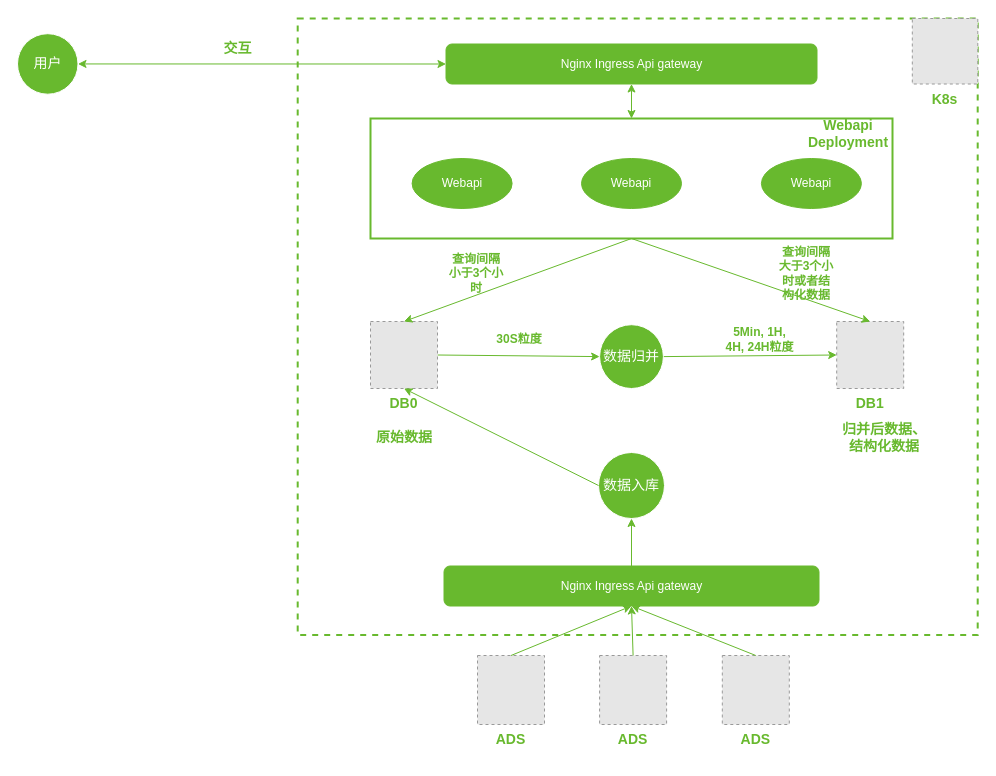
Before: arch.drawio in caihuayu0322/drawio-github, a draw.io diagram. Source tidied: cells renumbered, new cells numbered last; positions are measured from the earlier drawing's top-left corner, leaving out a move shared by most shapes. Both pictures are drawn from the tidied source at 100%, with x=0, y=0 at pixel (17, 18). Pictures stored in the file or linked from it are replaced by grey dashed boxes.
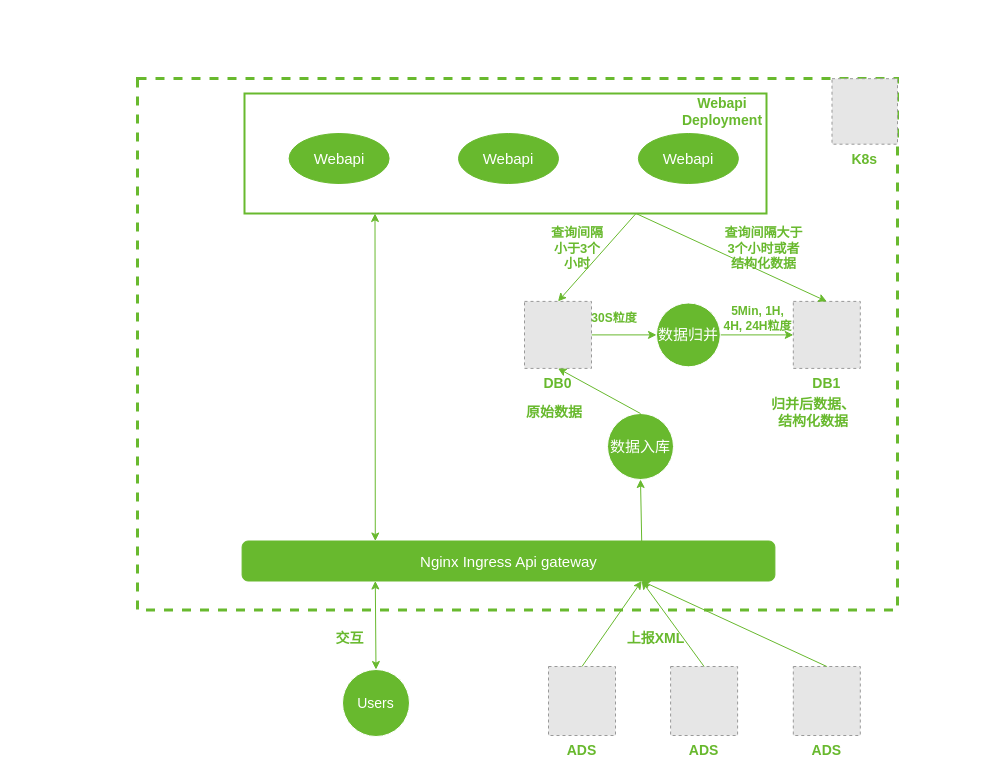
The same page after the edit.

Change to the diagram source:
```diff
@@
-    <mxCell id="2" style="rounded=0;whiteSpace=wrap;html=1;labelBackgroundColor=none;fontColor=#FFFFFF;strokeColor=#68B92E;fillColor=none;dashed=1;strokeWidth=2;" parent="1" vertex="1">
-      <mxGeometry x="280.2" width="680" height="616.5" as="geometry" />
+    <mxCell id="2" style="rounded=0;whiteSpace=wrap;html=1;labelBackgroundColor=none;fontColor=#FFFFFF;strokeColor=#68B92E;fillColor=none;dashed=1;strokeWidth=3;" parent="1" vertex="1">
+      <mxGeometry x="120" y="60" width="760" height="531.5" as="geometry" />
     </mxCell>
     <mxCell id="3" style="rounded=0;whiteSpace=wrap;html=1;labelBackgroundColor=none;fontColor=#FFFFFF;strokeColor=#68B92E;fillColor=none;strokeWidth=2;" parent="1" vertex="1">
-      <mxGeometry x="353" y="100" width="522" height="120" as="geometry" />
+      <mxGeometry x="227" y="75" width="522" height="120" as="geometry" />
     </mxCell>
-    <mxCell id="4" value="Webapi" style="ellipse;whiteSpace=wrap;html=1;fillColor=#68B92E;strokeColor=#68B92E;fontColor=#FFFFFF;" parent="1" vertex="1">
-      <mxGeometry x="394.6" y="140" width="100" height="50" as="geometry" />
+    <mxCell id="4" value="&lt;font style=&quot;font-size: 15px;&quot;&gt;Webapi&lt;/font&gt;" style="ellipse;whiteSpace=wrap;html=1;fillColor=#68B92E;strokeColor=#68B92E;fontColor=#FFFFFF;" parent="1" vertex="1">
+      <mxGeometry x="271.6" y="115" width="100" height="50" as="geometry" />
     </mxCell>
-    <mxCell id="5" style="endArrow=classic;html=1;rounded=0;exitX=0.5;exitY=0;exitDx=0;exitDy=0;entryX=0.5;entryY=1;entryDx=0;entryDy=0;entryPerimeter=0;startArrow=none;" parent="1" edge="1" source="16">
-      <mxGeometry relative="1" as="geometry">
-        <mxPoint x="386.5" y="324" as="targetPoint" />
-      </mxGeometry>
-    </mxCell>
@@
     <mxCell id="8" value="ADS" style="fillColor=#E6E6E6;strokeColor=#999999;dashed=1;verticalLabelPosition=bottom;labelBackgroundColor=default;verticalAlign=top;fontColor=#68B92E;fontStyle=1;fontSize=14;" parent="1" vertex="1">
-      <mxGeometry x="460" y="637" width="67" height="69" as="geometry" />
+      <mxGeometry x="531" y="648" width="67" height="69" as="geometry" />
     </mxCell>
     <mxCell id="9" value="ADS" style="fillColor=#E6E6E6;strokeColor=#999999;dashed=1;verticalLabelPosition=bottom;labelBackgroundColor=default;verticalAlign=top;fontColor=#68B92E;fontStyle=1;fontSize=14;" parent="1" vertex="1">
-      <mxGeometry x="582.1" y="637" width="67" height="69" as="geometry" />
+      <mxGeometry x="653.1" y="648" width="67" height="69" as="geometry" />
     </mxCell>
     <mxCell id="10" value="ADS" style="fillColor=#E6E6E6;strokeColor=#999999;dashed=1;verticalLabelPosition=bottom;labelBackgroundColor=default;verticalAlign=top;fontColor=#68B92E;fontStyle=1;fontSize=14;" parent="1" vertex="1">
-      <mxGeometry x="704.8" y="637" width="67" height="69" as="geometry" />
+      <mxGeometry x="775.8" y="648" width="67" height="69" as="geometry" />
     </mxCell>
-    <mxCell id="11" value="&lt;font&gt;数据入库&lt;/font&gt;" style="ellipse;whiteSpace=wrap;html=1;shadow=0;dashed=0;labelBackgroundColor=none;sketch=0;fontFamily=Helvetica;fontSize=14;fontColor=#FFFFFF;strokeColor=#FFFFFF;fillColor=#68B92E;gradientColor=none;" parent="1" vertex="1">
-      <mxGeometry x="581" y="434" width="66" height="66" as="geometry" />
+    <mxCell id="11" value="&lt;font style=&quot;font-size: 15px;&quot;&gt;数据入库&lt;/font&gt;" style="ellipse;whiteSpace=wrap;html=1;shadow=0;dashed=0;labelBackgroundColor=none;sketch=0;fontFamily=Helvetica;fontSize=14;fontColor=#FFFFFF;strokeColor=#FFFFFF;fillColor=#68B92E;gradientColor=none;" parent="1" vertex="1">
+      <mxGeometry x="590" y="395" width="66" height="66" as="geometry" />
     </mxCell>
-    <mxCell id="12" style="endArrow=classic;html=1;rounded=0;exitX=0.5;exitY=0;exitDx=0;exitDy=0;entryX=0.5;entryY=1;entryDx=0;entryDy=0;strokeColor=#68B92E;" parent="1" edge="1" source="8" target="21">
+    <mxCell id="12" style="endArrow=classic;html=1;rounded=0;exitX=0.5;exitY=0;exitDx=0;exitDy=0;entryX=0.75;entryY=1;entryDx=0;entryDy=0;strokeColor=#68B92E;" parent="1" edge="1" source="8" target="21">
       <mxGeometry relative="1" as="geometry" />
     </mxCell>
-    <mxCell id="13" style="endArrow=classic;html=1;rounded=0;exitX=0.5;exitY=0;exitDx=0;exitDy=0;entryX=0.5;entryY=1;entryDx=0;entryDy=0;strokeColor=#68B92E;" parent="1" edge="1" source="9" target="21">
+    <mxCell id="13" style="endArrow=classic;html=1;rounded=0;exitX=0.5;exitY=0;exitDx=0;exitDy=0;strokeColor=#68B92E;entryX=0.75;entryY=1;entryDx=0;entryDy=0;" parent="1" edge="1" source="9" target="21">
       <mxGeometry relative="1" as="geometry" />
     </mxCell>
-    <mxCell id="14" style="endArrow=classic;html=1;rounded=0;exitX=0.5;exitY=0;exitDx=0;exitDy=0;entryX=0.5;entryY=1;entryDx=0;entryDy=0;strokeColor=#68B92E;" parent="1" edge="1" source="10" target="21">
+    <mxCell id="14" style="endArrow=classic;html=1;rounded=0;exitX=0.5;exitY=0;exitDx=0;exitDy=0;entryX=0.75;entryY=1;entryDx=0;entryDy=0;strokeColor=#68B92E;" parent="1" edge="1" source="10" target="21">
       <mxGeometry relative="1" as="geometry" />
     </mxCell>
-    <mxCell id="15" value="&lt;font&gt;数据归并&lt;/font&gt;" style="ellipse;whiteSpace=wrap;html=1;shadow=0;dashed=0;labelBackgroundColor=none;sketch=0;fontFamily=Helvetica;fontSize=14;fontColor=#FFFFFF;strokeColor=#FFFFFF;fillColor=#68B92E;gradientColor=none;" parent="1" vertex="1">
-      <mxGeometry x="582.1" y="306.2" width="63.8" height="63.8" as="geometry" />
+    <mxCell id="15" value="&lt;font style=&quot;font-size: 15px;&quot;&gt;数据归并&lt;/font&gt;" style="ellipse;whiteSpace=wrap;html=1;shadow=0;dashed=0;labelBackgroundColor=none;sketch=0;fontFamily=Helvetica;fontSize=14;fontColor=#FFFFFF;strokeColor=#FFFFFF;fillColor=#68B92E;gradientColor=none;" parent="1" vertex="1">
+      <mxGeometry x="639" y="284.5" width="63.8" height="63.8" as="geometry" />
     </mxCell>
     <mxCell id="16" value="DB0" style="fillColor=#E6E6E6;strokeColor=#999999;dashed=1;verticalLabelPosition=bottom;labelBackgroundColor=default;verticalAlign=top;fontColor=#68B92E;fontSize=14;fontStyle=1;" parent="1" vertex="1">
-      <mxGeometry x="353" y="303" width="67" height="67" as="geometry" />
+      <mxGeometry x="507" y="282.9" width="67" height="67" as="geometry" />
     </mxCell>
     <mxCell id="17" value="DB1" style="fillColor=#E6E6E6;strokeColor=#999999;dashed=1;verticalLabelPosition=bottom;labelBackgroundColor=default;verticalAlign=top;fontColor=#68B92E;fontSize=14;fontStyle=1;" parent="1" vertex="1">
-      <mxGeometry x="819.2" y="303" width="67" height="67" as="geometry" />
+      <mxGeometry x="775.8" y="282.9" width="67" height="67" as="geometry" />
     </mxCell>
-    <mxCell id="18" value="&lt;font color=&quot;#ffffff&quot;&gt;Webapi&lt;/font&gt;" style="ellipse;whiteSpace=wrap;html=1;fillColor=#68B92E;strokeColor=#68B92E;" parent="1" vertex="1">
-      <mxGeometry x="564" y="140" width="100" height="50" as="geometry" />
+    <mxCell id="18" value="&lt;font style=&quot;font-size: 15px;&quot; color=&quot;#ffffff&quot;&gt;Webapi&lt;/font&gt;" style="ellipse;whiteSpace=wrap;html=1;fillColor=#68B92E;strokeColor=#68B92E;" parent="1" vertex="1">
+      <mxGeometry x="441" y="115" width="100" height="50" as="geometry" />
     </mxCell>
-    <mxCell id="19" value="&lt;font color=&quot;#ffffff&quot;&gt;Webapi&lt;/font&gt;" style="ellipse;whiteSpace=wrap;html=1;fillColor=#68B92E;strokeColor=#68B92E;" parent="1" vertex="1">
-      <mxGeometry x="743.9" y="140" width="100" height="50" as="geometry" />
+    <mxCell id="19" value="&lt;font style=&quot;font-size: 15px;&quot; color=&quot;#ffffff&quot;&gt;Webapi&lt;/font&gt;" style="ellipse;whiteSpace=wrap;html=1;fillColor=#68B92E;strokeColor=#68B92E;" parent="1" vertex="1">
+      <mxGeometry x="620.9" y="115" width="100" height="50" as="geometry" />
     </mxCell>
-    <mxCell id="20" style="endArrow=classic;html=1;rounded=0;fontColor=#FFFFFF;exitX=0;exitY=0.5;exitDx=0;exitDy=0;entryX=0.5;entryY=1;entryDx=0;entryDy=0;strokeColor=#68B92E;" parent="1" edge="1" source="11" target="16">
+    <mxCell id="20" style="endArrow=classic;html=1;rounded=0;fontColor=#FFFFFF;exitX=0.5;exitY=0;exitDx=0;exitDy=0;entryX=0.5;entryY=1;entryDx=0;entryDy=0;strokeColor=#68B92E;" parent="1" edge="1" source="11" target="16">
       <mxGeometry relative="1" as="geometry" />
     </mxCell>
-    <mxCell id="21" value="Nginx Ingress Api gateway" style="rounded=1;whiteSpace=wrap;html=1;fontColor=#FFFFFF;strokeColor=#68B92E;fillColor=#68B92E;imageAlign=left;flipH=1;flipV=0;" parent="1" vertex="1">
-      <mxGeometry x="426.5" y="547.5" width="375" height="40" as="geometry" />
+    <mxCell id="21" value="&lt;font style=&quot;font-size: 15px;&quot;&gt;Nginx Ingress Api gateway&lt;/font&gt;" style="rounded=1;whiteSpace=wrap;html=1;fontColor=#FFFFFF;strokeColor=#68B92E;fillColor=#68B92E;imageAlign=left;flipH=1;flipV=0;" parent="1" vertex="1">
+      <mxGeometry x="224.6" y="522.5" width="532.8" height="40" as="geometry" />
     </mxCell>
-    <mxCell id="22" style="endArrow=classic;html=1;rounded=0;fontColor=#FFFFFF;exitX=0.5;exitY=0;exitDx=0;exitDy=0;entryX=0.5;entryY=1;entryDx=0;entryDy=0;strokeColor=#68B92E;" parent="1" edge="1" source="21" target="11">
+    <mxCell id="22" style="endArrow=classic;html=1;rounded=0;fontColor=#FFFFFF;exitX=0.75;exitY=0;exitDx=0;exitDy=0;entryX=0.5;entryY=1;entryDx=0;entryDy=0;strokeColor=#68B92E;" parent="1" edge="1" source="21" target="11">
       <mxGeometry relative="1" as="geometry" />
     </mxCell>
-    <mxCell id="23" style="endArrow=classic;html=1;rounded=0;fontColor=#FFFFFF;exitX=0.5;exitY=1;exitDx=0;exitDy=0;entryX=0.5;entryY=0;entryDx=0;entryDy=0;strokeColor=#68B92E;" parent="1" edge="1" source="3" target="16">
+    <mxCell id="23" style="endArrow=classic;html=1;rounded=0;fontColor=#FFFFFF;exitX=0.75;exitY=1;exitDx=0;exitDy=0;entryX=0.5;entryY=0;entryDx=0;entryDy=0;strokeColor=#68B92E;" parent="1" edge="1" source="3" target="16">
       <mxGeometry relative="1" as="geometry" />
     </mxCell>
-    <mxCell id="24" style="endArrow=classic;html=1;rounded=0;fontColor=#FFFFFF;exitX=0.5;exitY=1;exitDx=0;exitDy=0;entryX=0.5;entryY=0;entryDx=0;entryDy=0;strokeColor=#68B92E;" parent="1" edge="1" source="3" target="17">
+    <mxCell id="24" style="endArrow=classic;html=1;rounded=0;fontColor=#FFFFFF;exitX=0.75;exitY=1;exitDx=0;exitDy=0;entryX=0.5;entryY=0;entryDx=0;entryDy=0;strokeColor=#68B92E;" parent="1" edge="1" source="3" target="17">
       <mxGeometry relative="1" as="geometry" />
     </mxCell>
     <mxCell id="25" value="K8s" style="fillColor=#E6E6E6;strokeColor=#999999;dashed=1;verticalLabelPosition=bottom;labelBackgroundColor=default;verticalAlign=top;fontColor=#68B92E;fontStyle=1;fontSize=14;" parent="1" vertex="1">
-      <mxGeometry x="894.8" width="65.5" height="65.5" as="geometry" />
+      <mxGeometry x="814.5" y="60.2" width="65.5" height="65.5" as="geometry" />
     </mxCell>
-    <mxCell id="26" value="Nginx Ingress Api gateway" style="rounded=1;whiteSpace=wrap;html=1;fontColor=#FFFFFF;strokeColor=#68B92E;fillColor=#68B92E;imageAlign=left;flipH=1;flipV=0;" parent="1" vertex="1">
-      <mxGeometry x="428.5" y="25.5" width="371" height="40" as="geometry" />
-    </mxCell>
-    <mxCell id="27" value="&lt;font&gt;用户&lt;/font&gt;" style="ellipse;whiteSpace=wrap;html=1;shadow=0;dashed=0;labelBackgroundColor=none;sketch=0;fontFamily=Helvetica;fontSize=14;fontColor=#FFFFFF;strokeColor=#FFFFFF;fillColor=#68B92E;gradientColor=none;" parent="1" vertex="1">
-      <mxGeometry y="15.2" width="60.5" height="60.5" as="geometry" />
-    </mxCell>
-    <mxCell id="28" style="endArrow=classic;startArrow=classic;html=1;rounded=0;fontColor=#FFFFFF;exitX=1;exitY=0.5;exitDx=0;exitDy=0;entryX=0;entryY=0.5;entryDx=0;entryDy=0;strokeColor=#68B92E;" parent="1" edge="1" source="27" target="26">
+    <mxCell id="28" style="endArrow=classic;startArrow=classic;html=1;rounded=0;fontColor=#FFFFFF;exitX=0.5;exitY=0;exitDx=0;exitDy=0;strokeColor=#68B92E;entryX=0.25;entryY=1;entryDx=0;entryDy=0;" parent="1" edge="1" source="38" target="21">
       <mxGeometry relative="1" as="geometry" />
     </mxCell>
-    <mxCell id="29" style="endArrow=classic;startArrow=classic;html=1;rounded=0;fontColor=#FFFFFF;strokeColor=#68B92E;entryX=0.5;entryY=1;entryDx=0;entryDy=0;exitX=0.5;exitY=0;exitDx=0;exitDy=0;" parent="1" edge="1" source="3" target="26">
-      <mxGeometry relative="1" as="geometry" />
-    </mxCell>
-    <mxCell id="30" value="&lt;font color=&quot;#68b92e&quot;&gt;&lt;b&gt;查询间隔小于3个小时&lt;/b&gt;&lt;/font&gt;" style="text;html=1;strokeColor=none;fillColor=none;align=center;verticalAlign=middle;whiteSpace=wrap;rounded=0;dashed=1;labelBackgroundColor=none;fontColor=#FFFFFF;" parent="1" vertex="1">
-      <mxGeometry x="428.5" y="240" width="60" height="30" as="geometry" />
+    <mxCell id="30" value="&lt;font size=&quot;1&quot; color=&quot;#68b92e&quot;&gt;&lt;b style=&quot;font-size: 13px;&quot;&gt;查询间隔小于3个小时&lt;/b&gt;&lt;/font&gt;" style="text;html=1;strokeColor=none;fillColor=none;align=center;verticalAlign=middle;whiteSpace=wrap;rounded=0;dashed=1;labelBackgroundColor=none;fontColor=#FFFFFF;" parent="1" vertex="1">
+      <mxGeometry x="530" y="215" width="60" height="30" as="geometry" />
     </mxCell>
-    <mxCell id="31" value="&lt;b&gt;查询间隔大于3个小时或者结构化数据&lt;/b&gt;" style="text;html=1;strokeColor=none;fillColor=none;align=center;verticalAlign=middle;whiteSpace=wrap;rounded=0;dashed=1;labelBackgroundColor=none;fontColor=#68B92E;" parent="1" vertex="1">
-      <mxGeometry x="759.2" y="240" width="60" height="30" as="geometry" />
+    <mxCell id="31" value="&lt;b&gt;&lt;font style=&quot;font-size: 13px;&quot;&gt;查询间隔大于3个小时或者结构化数据&lt;/font&gt;&lt;/b&gt;" style="text;html=1;strokeColor=none;fillColor=none;align=center;verticalAlign=middle;whiteSpace=wrap;rounded=0;dashed=1;labelBackgroundColor=none;fontColor=#68B92E;" parent="1" vertex="1">
+      <mxGeometry x="702.8" y="215" width="87.2" height="30" as="geometry" />
     </mxCell>
     <mxCell id="32" value="&lt;b style=&quot;font-size: 14px;&quot;&gt;Webapi&lt;br&gt;Deployment&lt;/b&gt;" style="text;html=1;strokeColor=none;fillColor=none;align=center;verticalAlign=middle;whiteSpace=wrap;rounded=0;labelBackgroundColor=none;fontColor=#68B92E;" parent="1" vertex="1">
-      <mxGeometry x="801" y="100" width="60" height="30" as="geometry" />
+      <mxGeometry x="675" y="78" width="60" height="30" as="geometry" />
     </mxCell>
     <mxCell id="33" value="&lt;b&gt;30S粒度&lt;/b&gt;" style="text;html=1;strokeColor=none;fillColor=none;align=center;verticalAlign=middle;whiteSpace=wrap;rounded=0;labelBackgroundColor=none;fontColor=#68B92E;" parent="1" vertex="1">
-      <mxGeometry x="472" y="306" width="60" height="30" as="geometry" />
+      <mxGeometry x="567" y="285" width="60" height="30" as="geometry" />
     </mxCell>
     <mxCell id="34" value="&lt;b&gt;5Min, 1H, 4H, 24H粒度&lt;/b&gt;" style="text;html=1;strokeColor=none;fillColor=none;align=center;verticalAlign=middle;whiteSpace=wrap;rounded=0;labelBackgroundColor=none;fontColor=#68B92E;" parent="1" vertex="1">
-      <mxGeometry x="704.8" y="306" width="75.2" height="30" as="geometry" />
+      <mxGeometry x="702.8" y="285" width="75.2" height="30" as="geometry" />
     </mxCell>
     <mxCell id="35" value="&lt;b&gt;原始数据&lt;/b&gt;" style="text;html=1;strokeColor=none;fillColor=none;align=center;verticalAlign=middle;whiteSpace=wrap;rounded=0;labelBackgroundColor=none;fontSize=14;fontColor=#68B92E;" parent="1" vertex="1">
-      <mxGeometry x="356.5" y="404" width="60" height="30" as="geometry" />
+      <mxGeometry x="507" y="379" width="60" height="30" as="geometry" />
     </mxCell>
     <mxCell id="36" value="&lt;b&gt;归并后数据、结构化数据&lt;/b&gt;" style="text;html=1;strokeColor=none;fillColor=none;align=center;verticalAlign=middle;whiteSpace=wrap;rounded=0;labelBackgroundColor=none;fontSize=14;fontColor=#68B92E;" parent="1" vertex="1">
-      <mxGeometry x="820" y="404" width="93.8" height="30" as="geometry" />
+      <mxGeometry x="749" y="379" width="93.8" height="30" as="geometry" />
     </mxCell>
+    <mxCell id="38" value="&lt;font&gt;Users&lt;/font&gt;" style="ellipse;whiteSpace=wrap;html=1;shadow=0;dashed=0;labelBackgroundColor=none;sketch=0;fontFamily=Helvetica;fontSize=14;fontColor=#FFFFFF;strokeColor=#FFFFFF;fillColor=#68B92E;gradientColor=none;" parent="1" vertex="1">
+      <mxGeometry x="325" y="651" width="67" height="67" as="geometry" />
+    </mxCell>
     <mxCell id="37" value="&lt;b&gt;交互&lt;/b&gt;" style="text;html=1;align=center;verticalAlign=middle;strokeColor=none;fillColor=none;fontSize=14;fontColor=#68B92E;" parent="1" vertex="1">
-      <mxGeometry x="195" y="15" width="50" height="30" as="geometry" />
+      <mxGeometry x="307" y="605" width="50" height="30" as="geometry" />
     </mxCell>
+    <mxCell id="39" value="&lt;b&gt;上报XML&lt;/b&gt;" style="text;html=1;align=center;verticalAlign=middle;strokeColor=none;fillColor=none;fontSize=14;fontColor=#68B92E;" parent="1" vertex="1">
+      <mxGeometry x="598" y="605" width="80" height="30" as="geometry" />
+    </mxCell>
+    <mxCell id="40" style="endArrow=classic;startArrow=classic;html=1;rounded=0;fontSize=14;fontColor=#68B92E;strokeColor=#68B92E;entryX=0.25;entryY=1;entryDx=0;entryDy=0;exitX=0.25;exitY=0;exitDx=0;exitDy=0;" parent="1" edge="1" source="21" target="3">
+      <mxGeometry relative="1" as="geometry" />
+    </mxCell>
```
